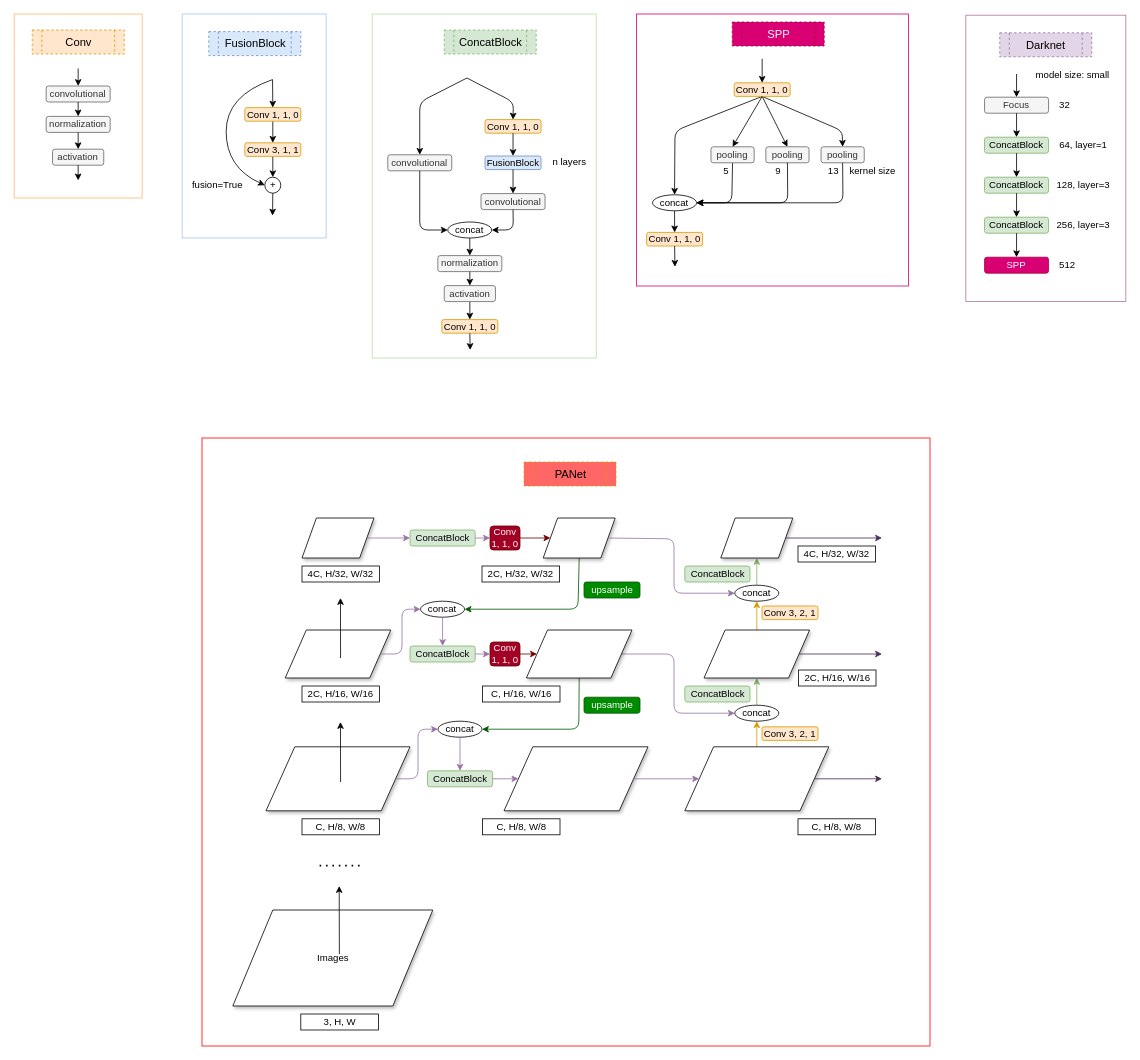
Before: images/YOLOv5.drawio in Okery/YOLOv5-PyTorch, a draw.io diagram. Source tidied: cells renumbered, new cells numbered last; positions are measured from the earlier drawing's top-left corner, leaving out a move shared by most shapes. Both pictures are drawn from the tidied source at 80%, with x=0, y=0 at pixel (14, 14).
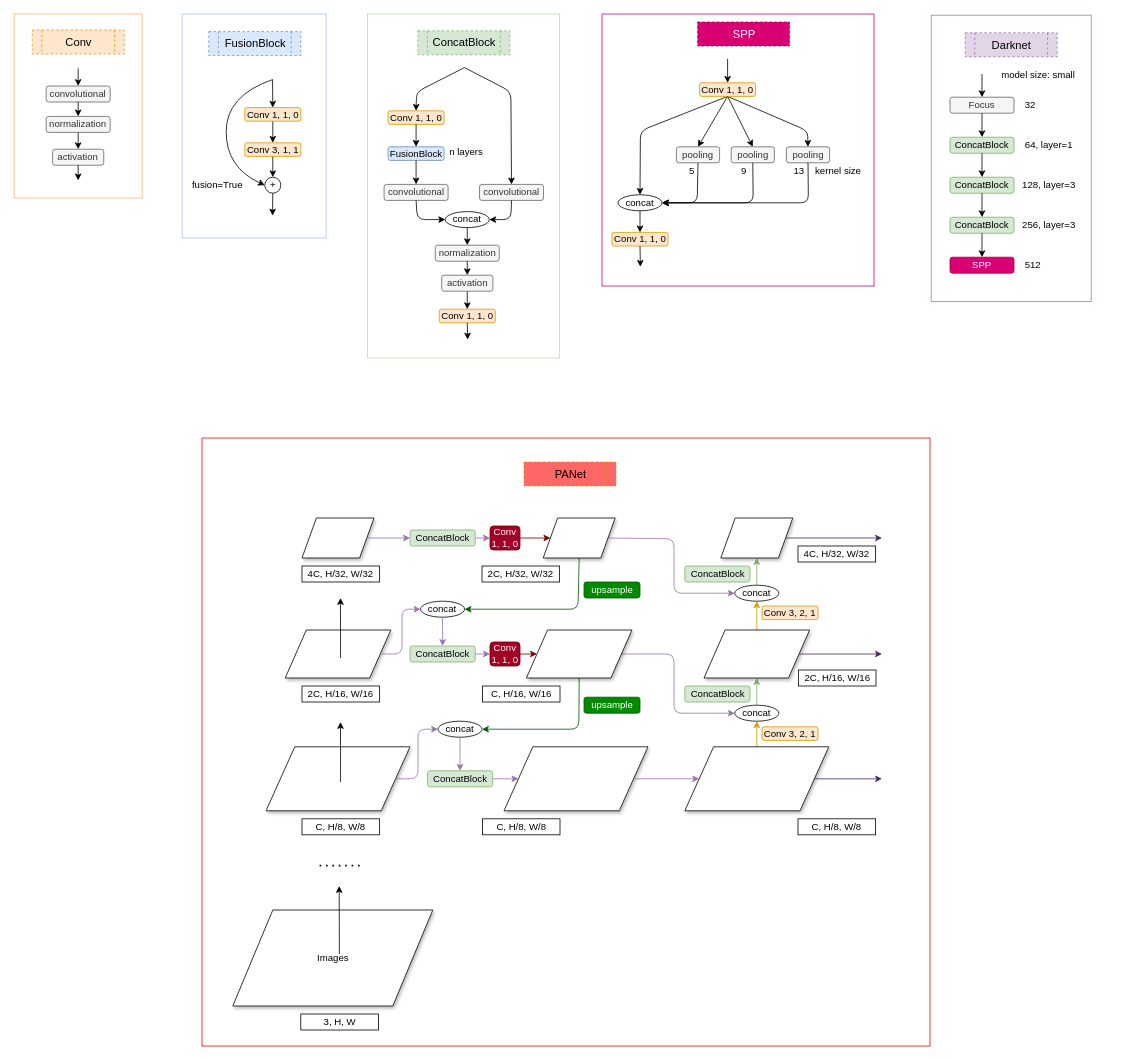
Above is the later version.

The edit, as a diff of the source:
```diff
@@
     <mxCell id="3" style="rounded=0;whiteSpace=wrap;html=1;strokeColor=#B5739D;fillColor=#ffffff;gradientColor=none;fontSize=14;" parent="1" vertex="1">
-      <mxGeometry x="1189.8" y="1.5" width="200" height="358" as="geometry" />
+      <mxGeometry x="1146.5" y="1.5" width="200" height="358" as="geometry" />
     </mxCell>
@@
     <mxCell id="37" value="Focus" style="rounded=1;whiteSpace=wrap;html=1;fillColor=#f5f5f5;strokeColor=#666666;fontColor=#333333;" parent="1" vertex="1">
-      <mxGeometry x="1213.2" y="104" width="80" height="20" as="geometry" />
+      <mxGeometry x="1170" y="104" width="80" height="20" as="geometry" />
     </mxCell>
     <mxCell id="38" value="32" style="text;html=1;align=center;verticalAlign=middle;" parent="1" vertex="1">
-      <mxGeometry x="1298.2" y="104" width="30" height="20" as="geometry" />
+      <mxGeometry x="1255" y="104" width="30" height="20" as="geometry" />
     </mxCell>
@@
     <mxCell id="40" value="ConcatBlock" style="rounded=1;whiteSpace=wrap;html=1;fillColor=#d5e8d4;strokeColor=#82b366;" parent="1" vertex="1">
-      <mxGeometry x="1213.2" y="154" width="80" height="20" as="geometry" />
+      <mxGeometry x="1170" y="154" width="80" height="20" as="geometry" />
     </mxCell>
     <mxCell id="41" value="ConcatBlock" style="rounded=1;whiteSpace=wrap;html=1;fillColor=#d5e8d4;strokeColor=#82b366;" parent="1" vertex="1">
-      <mxGeometry x="1213.2" y="204" width="80" height="20" as="geometry" />
+      <mxGeometry x="1170" y="204" width="80" height="20" as="geometry" />
     </mxCell>
     <mxCell id="42" value="ConcatBlock" style="rounded=1;whiteSpace=wrap;html=1;fillColor=#d5e8d4;strokeColor=#82b366;" parent="1" vertex="1">
-      <mxGeometry x="1213.2" y="254" width="80" height="20" as="geometry" />
+      <mxGeometry x="1170" y="254" width="80" height="20" as="geometry" />
     </mxCell>
     <mxCell id="43" value="SPP" style="rounded=1;whiteSpace=wrap;html=1;fillColor=#d80073;strokeColor=#A50040;fontColor=#ffffff;" parent="1" vertex="1">
-      <mxGeometry x="1213.2" y="304" width="80" height="20" as="geometry" />
+      <mxGeometry x="1170" y="304" width="80" height="20" as="geometry" />
     </mxCell>
@@
     <mxCell id="47" value="64, layer=1&amp;nbsp;" style="text;html=1;align=center;verticalAlign=middle;" parent="1" vertex="1">
-      <mxGeometry x="1298.2" y="154" width="80" height="20" as="geometry" />
+      <mxGeometry x="1255" y="154" width="80" height="20" as="geometry" />
     </mxCell>
     <mxCell id="48" value="128,&amp;nbsp;layer=3&amp;nbsp;" style="text;html=1;align=center;verticalAlign=middle;" parent="1" vertex="1">
-      <mxGeometry x="1293.2" y="204" width="90" height="20" as="geometry" />
+      <mxGeometry x="1250" y="204" width="90" height="20" as="geometry" />
     </mxCell>
     <mxCell id="49" value="256,&amp;nbsp;layer=3&amp;nbsp;" style="text;html=1;align=center;verticalAlign=middle;" parent="1" vertex="1">
-      <mxGeometry x="1293.2" y="254" width="90" height="20" as="geometry" />
+      <mxGeometry x="1250" y="254" width="90" height="20" as="geometry" />
     </mxCell>
     <mxCell id="50" value="512&amp;nbsp;" style="text;html=1;align=center;verticalAlign=middle;" parent="1" vertex="1">
-      <mxGeometry x="1298.2" y="304" width="40" height="20" as="geometry" />
+      <mxGeometry x="1255" y="304" width="40" height="20" as="geometry" />
     </mxCell>
     <mxCell id="51" value="Darknet" style="shape=process;whiteSpace=wrap;html=1;backgroundOutline=1;dashed=1;fillColor=#e1d5e7;strokeColor=#9673a6;fontSize=14;" parent="1" vertex="1">
-      <mxGeometry x="1232.2" y="23.5" width="115" height="30" as="geometry" />
+      <mxGeometry x="1189" y="23.5" width="115" height="30" as="geometry" />
     </mxCell>
@@
     <mxCell id="102" style="endArrow=classic;html=1;entryX=0.5;entryY=0;entryDx=0;entryDy=0;" parent="1" edge="1" target="37">
       <mxGeometry relative="1" as="geometry">
-        <mxPoint x="1253.2" y="75" as="sourcePoint" />
+        <mxPoint x="1210" y="75" as="sourcePoint" />
       </mxGeometry>
     </mxCell>
     <mxCell id="103" style="rounded=0;whiteSpace=wrap;html=1;fontSize=14;strokeColor=#B9E0A5;" parent="1" vertex="1">
-      <mxGeometry x="447.8" width="280" height="430" as="geometry" />
+      <mxGeometry x="442" width="240" height="430" as="geometry" />
     </mxCell>
     <mxCell id="104" value="n layers" style="text;html=1;align=center;verticalAlign=middle;" parent="1" vertex="1">
-      <mxGeometry x="663.8" y="174.5" width="60" height="20" as="geometry" />
+      <mxGeometry x="535.1" y="163" width="60" height="20" as="geometry" />
     </mxCell>
     <mxCell id="105" value="ConcatBlock" style="shape=process;whiteSpace=wrap;html=1;backgroundOutline=1;dashed=1;fillColor=#d5e8d4;strokeColor=#82b366;fontSize=14;" parent="1" vertex="1">
-      <mxGeometry x="537.8" y="20" width="115" height="30" as="geometry" />
+      <mxGeometry x="504.8" y="21" width="115" height="30" as="geometry" />
     </mxCell>
     <mxCell id="106" value="Conv 1, 1, 0" style="rounded=1;whiteSpace=wrap;html=1;fillColor=#ffe6cc;strokeColor=#d79b00;" parent="1" vertex="1">
-      <mxGeometry x="588.8" y="132" width="70" height="17" as="geometry" />
+      <mxGeometry x="467.6" y="121" width="70" height="17" as="geometry" />
     </mxCell>
     <mxCell id="107" value="FusionBlock" style="rounded=1;whiteSpace=wrap;html=1;fillColor=#dae8fc;strokeColor=#6c8ebf;" parent="1" vertex="1">
-      <mxGeometry x="588.8" y="177.5" width="70" height="17" as="geometry" />
+      <mxGeometry x="467.6" y="166" width="70" height="17" as="geometry" />
     </mxCell>
     <mxCell id="108" value="convolutional" style="rounded=1;whiteSpace=wrap;html=1;fillColor=#f5f5f5;strokeColor=#666666;fontColor=#333333;" parent="1" vertex="1">
-      <mxGeometry x="583.8" y="224.5" width="80" height="20" as="geometry" />
+      <mxGeometry x="462.6" y="213" width="80" height="20" as="geometry" />
     </mxCell>
@@
     <mxCell id="111" value="convolutional" style="rounded=1;whiteSpace=wrap;html=1;fillColor=#f5f5f5;strokeColor=#666666;fontColor=#333333;" parent="1" vertex="1">
-      <mxGeometry x="467.2" y="176" width="80" height="20" as="geometry" />
+      <mxGeometry x="581.9" y="213" width="80" height="20" as="geometry" />
     </mxCell>
     <mxCell id="112" value="Conv 1, 1, 0" style="rounded=1;whiteSpace=wrap;html=1;fillColor=#ffe6cc;strokeColor=#d79b00;" parent="1" vertex="1">
-      <mxGeometry x="534.8" y="382" width="70" height="17" as="geometry" />
+      <mxGeometry x="531.6" y="369" width="70" height="17" as="geometry" />
     </mxCell>
     <mxCell id="113" value="normalization" style="rounded=1;whiteSpace=wrap;html=1;fillColor=#f5f5f5;strokeColor=#666666;fontColor=#333333;" parent="1" vertex="1">
-      <mxGeometry x="529.8" y="302" width="80" height="20" as="geometry" />
+      <mxGeometry x="526.6" y="289" width="80" height="20" as="geometry" />
     </mxCell>
-    <mxCell id="114" style="endArrow=classic;html=1;entryX=0.5;entryY=0;entryDx=0;entryDy=0;" parent="1" edge="1" target="106">
+    <mxCell id="114" style="endArrow=classic;html=1;entryX=0.5;entryY=0;entryDx=0;entryDy=0;" parent="1" edge="1" target="111">
       <mxGeometry relative="1" as="geometry">
-        <mxPoint x="566.2" y="80" as="sourcePoint" />
+        <mxPoint x="563.1" y="67" as="sourcePoint" />
         <Array as="points">
-          <mxPoint x="624.2" y="110" />
+          <mxPoint x="621.1" y="97" />
         </Array>
       </mxGeometry>
     </mxCell>
-    <mxCell id="115" style="endArrow=classic;html=1;entryX=0.5;entryY=0;entryDx=0;entryDy=0;" parent="1" edge="1" target="111">
+    <mxCell id="115" style="endArrow=classic;html=1;entryX=0.5;entryY=0;entryDx=0;entryDy=0;" parent="1" edge="1" target="106">
       <mxGeometry relative="1" as="geometry">
-        <mxPoint x="566.2" y="80" as="sourcePoint" />
+        <mxPoint x="563.1" y="67" as="sourcePoint" />
         <Array as="points">
-          <mxPoint x="507.2" y="110" />
+          <mxPoint x="504.1" y="97" />
+          <mxPoint x="502.9" y="107" />
         </Array>
       </mxGeometry>
     </mxCell>
-    <mxCell id="116" style="endArrow=classic;html=1;exitX=0.5;exitY=1;exitDx=0;exitDy=0;entryX=0;entryY=0.5;entryDx=0;entryDy=0;" parent="1" edge="1" source="111" target="121">
+    <mxCell id="116" style="endArrow=classic;html=1;entryX=0;entryY=0.5;entryDx=0;entryDy=0;exitX=0.5;exitY=1;exitDx=0;exitDy=0;" parent="1" edge="1" source="108" target="121">
       <mxGeometry relative="1" as="geometry">
         <Array as="points">
-          <mxPoint x="507.2" y="270" />
+          <mxPoint x="504.1" y="257" />
         </Array>
       </mxGeometry>
     </mxCell>
-    <mxCell id="117" style="endArrow=classic;html=1;exitX=0.5;exitY=1;exitDx=0;exitDy=0;entryX=1;entryY=0.5;entryDx=0;entryDy=0;" parent="1" edge="1" source="108" target="121">
+    <mxCell id="117" style="endArrow=classic;html=1;entryX=1;entryY=0.5;entryDx=0;entryDy=0;exitX=0.5;exitY=1;exitDx=0;exitDy=0;" parent="1" edge="1" source="111" target="121">
       <mxGeometry relative="1" as="geometry">
         <Array as="points">
-          <mxPoint x="624.2" y="270" />
+          <mxPoint x="621.1" y="257" />
         </Array>
       </mxGeometry>
     </mxCell>
@@
     <mxCell id="120" value="activation" style="rounded=1;whiteSpace=wrap;html=1;fillColor=#f5f5f5;strokeColor=#666666;fontColor=#333333;" parent="1" vertex="1">
-      <mxGeometry x="537.8" y="339.5" width="64" height="20" as="geometry" />
+      <mxGeometry x="534.6" y="326.5" width="64" height="20" as="geometry" />
     </mxCell>
     <mxCell id="121" value="concat" style="ellipse;whiteSpace=wrap;html=1;" parent="1" vertex="1">
-      <mxGeometry x="542.2" y="260" width="55" height="20" as="geometry" />
+      <mxGeometry x="539.1" y="247" width="55" height="20" as="geometry" />
     </mxCell>
@@
     <mxCell id="123" style="endArrow=classic;html=1;exitX=0.5;exitY=1;exitDx=0;exitDy=0;" parent="1" edge="1" source="112">
       <mxGeometry relative="1" as="geometry">
-        <mxPoint x="570.2" y="420" as="targetPoint" />
+        <mxPoint x="567.1" y="407" as="targetPoint" />
       </mxGeometry>
     </mxCell>
     <mxCell id="124" style="rounded=0;whiteSpace=wrap;html=1;fontSize=14;strokeColor=#D80073;" parent="1" vertex="1">
-      <mxGeometry x="778.2" width="340" height="340" as="geometry" />
+      <mxGeometry x="735" width="340" height="340" as="geometry" />
     </mxCell>
     <mxCell id="125" style="endArrow=classic;html=1;entryX=0.5;entryY=0;entryDx=0;entryDy=0;exitX=0.5;exitY=1;exitDx=0;exitDy=0;" parent="1" edge="1" source="135" target="140">
       <mxGeometry relative="1" as="geometry">
         <Array as="points">
-          <mxPoint x="826.2" y="146" />
+          <mxPoint x="783" y="146" />
         </Array>
       </mxGeometry>
     </mxCell>
@@
     <mxCell id="127" style="endArrow=classic;html=1;exitX=0.5;exitY=1;exitDx=0;exitDy=0;entryX=1;entryY=0.5;entryDx=0;entryDy=0;" parent="1" edge="1" source="137" target="140">
       <mxGeometry relative="1" as="geometry">
         <Array as="points">
-          <mxPoint x="897.2" y="236" />
+          <mxPoint x="854" y="236" />
         </Array>
       </mxGeometry>
     </mxCell>
     <mxCell id="128" style="endArrow=classic;html=1;exitX=0.5;exitY=1;exitDx=0;exitDy=0;entryX=0.5;entryY=0;entryDx=0;entryDy=0;" parent="1" edge="1" source="135" target="139">
       <mxGeometry relative="1" as="geometry">
         <Array as="points">
-          <mxPoint x="1035.2" y="146" />
+          <mxPoint x="992" y="146" />
         </Array>
       </mxGeometry>
     </mxCell>
     <mxCell id="129" value="kernel size" style="text;html=1;align=center;verticalAlign=middle;" parent="1" vertex="1">
-      <mxGeometry x="1038.2" y="186" width="70" height="20" as="geometry" />
+      <mxGeometry x="995" y="186" width="70" height="20" as="geometry" />
     </mxCell>
     <mxCell id="130" value="13" style="text;html=1;align=center;verticalAlign=middle;" parent="1" vertex="1">
-      <mxGeometry x="1008.8" y="186" width="30" height="20" as="geometry" />
+      <mxGeometry x="965.5" y="186" width="30" height="20" as="geometry" />
     </mxCell>
     <mxCell id="131" value="9" style="text;html=1;align=center;verticalAlign=middle;" parent="1" vertex="1">
-      <mxGeometry x="945.2" y="186" width="20" height="20" as="geometry" />
+      <mxGeometry x="902" y="186" width="20" height="20" as="geometry" />
     </mxCell>
     <mxCell id="132" value="5" style="text;html=1;align=center;verticalAlign=middle;" parent="1" vertex="1">
-      <mxGeometry x="880.2" y="186" width="20" height="20" as="geometry" />
+      <mxGeometry x="837" y="186" width="20" height="20" as="geometry" />
     </mxCell>
     <mxCell id="133" value="SPP" style="shape=process;whiteSpace=wrap;html=1;backgroundOutline=1;dashed=1;fontSize=14;fillColor=#d80073;strokeColor=#A50040;fontColor=#ffffff;" parent="1" vertex="1">
-      <mxGeometry x="897.8" y="10" width="115" height="30" as="geometry" />
+      <mxGeometry x="854.5" y="10" width="115" height="30" as="geometry" />
     </mxCell>
     <mxCell id="134" style="endArrow=classic;html=1;entryX=0.5;entryY=0;entryDx=0;entryDy=0;" parent="1" edge="1" target="135">
       <mxGeometry relative="1" as="geometry">
-        <mxPoint x="935.2" y="56" as="sourcePoint" />
+        <mxPoint x="892" y="56" as="sourcePoint" />
       </mxGeometry>
     </mxCell>
     <mxCell id="135" value="Conv 1, 1, 0" style="rounded=1;whiteSpace=wrap;html=1;fillColor=#ffe6cc;strokeColor=#d79b00;" parent="1" vertex="1">
-      <mxGeometry x="900.2" y="86" width="70" height="17" as="geometry" />
+      <mxGeometry x="857" y="86" width="70" height="17" as="geometry" />
     </mxCell>
@@
     <mxCell id="137" value="pooling" style="rounded=1;whiteSpace=wrap;html=1;fillColor=#f5f5f5;strokeColor=#666666;fontColor=#333333;" parent="1" vertex="1">
-      <mxGeometry x="871.2" y="166" width="54" height="20" as="geometry" />
+      <mxGeometry x="828" y="166" width="54" height="20" as="geometry" />
     </mxCell>
     <mxCell id="138" value="pooling" style="rounded=1;whiteSpace=wrap;html=1;fillColor=#f5f5f5;strokeColor=#666666;fontColor=#333333;" parent="1" vertex="1">
-      <mxGeometry x="939.8" y="166" width="54" height="20" as="geometry" />
+      <mxGeometry x="896.5" y="166" width="54" height="20" as="geometry" />
     </mxCell>
     <mxCell id="139" value="pooling" style="rounded=1;whiteSpace=wrap;html=1;fillColor=#f5f5f5;strokeColor=#666666;fontColor=#333333;" parent="1" vertex="1">
-      <mxGeometry x="1008.8" y="166" width="54" height="20" as="geometry" />
+      <mxGeometry x="965.5" y="166" width="54" height="20" as="geometry" />
     </mxCell>
     <mxCell id="140" value="concat" style="ellipse;whiteSpace=wrap;html=1;" parent="1" vertex="1">
-      <mxGeometry x="798.2" y="226" width="55" height="20" as="geometry" />
+      <mxGeometry x="755" y="226" width="55" height="20" as="geometry" />
     </mxCell>
     <mxCell id="141" style="endArrow=classic;html=1;exitX=0.5;exitY=1;exitDx=0;exitDy=0;entryX=1;entryY=0.5;entryDx=0;entryDy=0;" parent="1" edge="1" source="138" target="140">
       <mxGeometry relative="1" as="geometry">
         <Array as="points">
-          <mxPoint x="967.2" y="236" />
+          <mxPoint x="924" y="236" />
         </Array>
       </mxGeometry>
     </mxCell>
     <mxCell id="142" style="endArrow=classic;html=1;exitX=0.5;exitY=1;exitDx=0;exitDy=0;entryX=1;entryY=0.5;entryDx=0;entryDy=0;" parent="1" edge="1" source="139" target="140">
       <mxGeometry relative="1" as="geometry">
         <Array as="points">
-          <mxPoint x="1036.2" y="236" />
+          <mxPoint x="993" y="236" />
         </Array>
       </mxGeometry>
     </mxCell>
     <mxCell id="143" value="Conv 1, 1, 0" style="rounded=1;whiteSpace=wrap;html=1;fillColor=#ffe6cc;strokeColor=#d79b00;" parent="1" vertex="1">
-      <mxGeometry x="790.8" y="273" width="70" height="17" as="geometry" />
+      <mxGeometry x="747.5" y="273" width="70" height="17" as="geometry" />
     </mxCell>
     <mxCell id="144" style="endArrow=classic;html=1;exitX=0.5;exitY=1;exitDx=0;exitDy=0;" parent="1" edge="1" source="143">
       <mxGeometry relative="1" as="geometry">
-        <mxPoint x="826.2" y="316" as="targetPoint" />
+        <mxPoint x="783" y="316" as="targetPoint" />
       </mxGeometry>
     </mxCell>
@@
     <mxCell id="146" value="model size: small" style="text;html=1;align=center;verticalAlign=middle;" parent="1" vertex="1">
-      <mxGeometry x="1268.2" y="66" width="110" height="20" as="geometry" />
+      <mxGeometry x="1225" y="66" width="110" height="20" as="geometry" />
     </mxCell>
```
